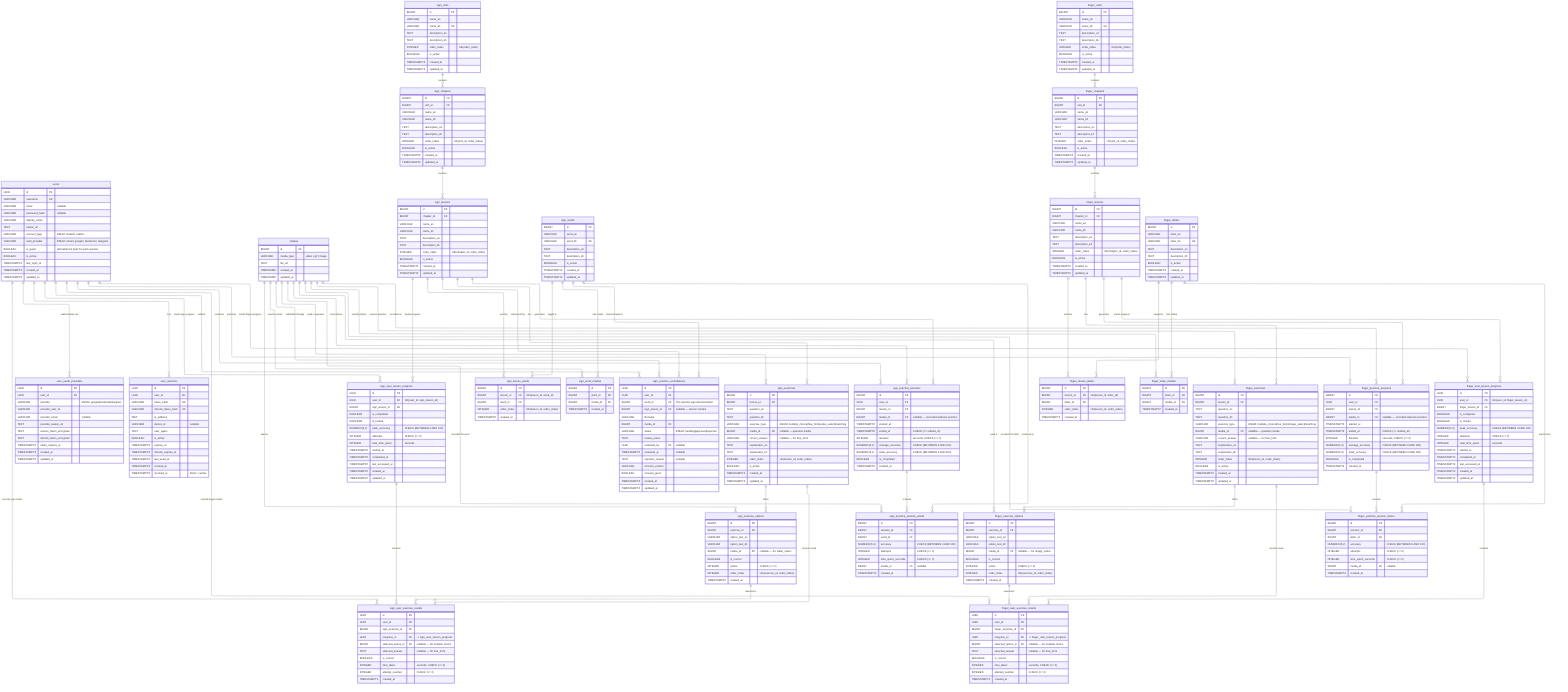
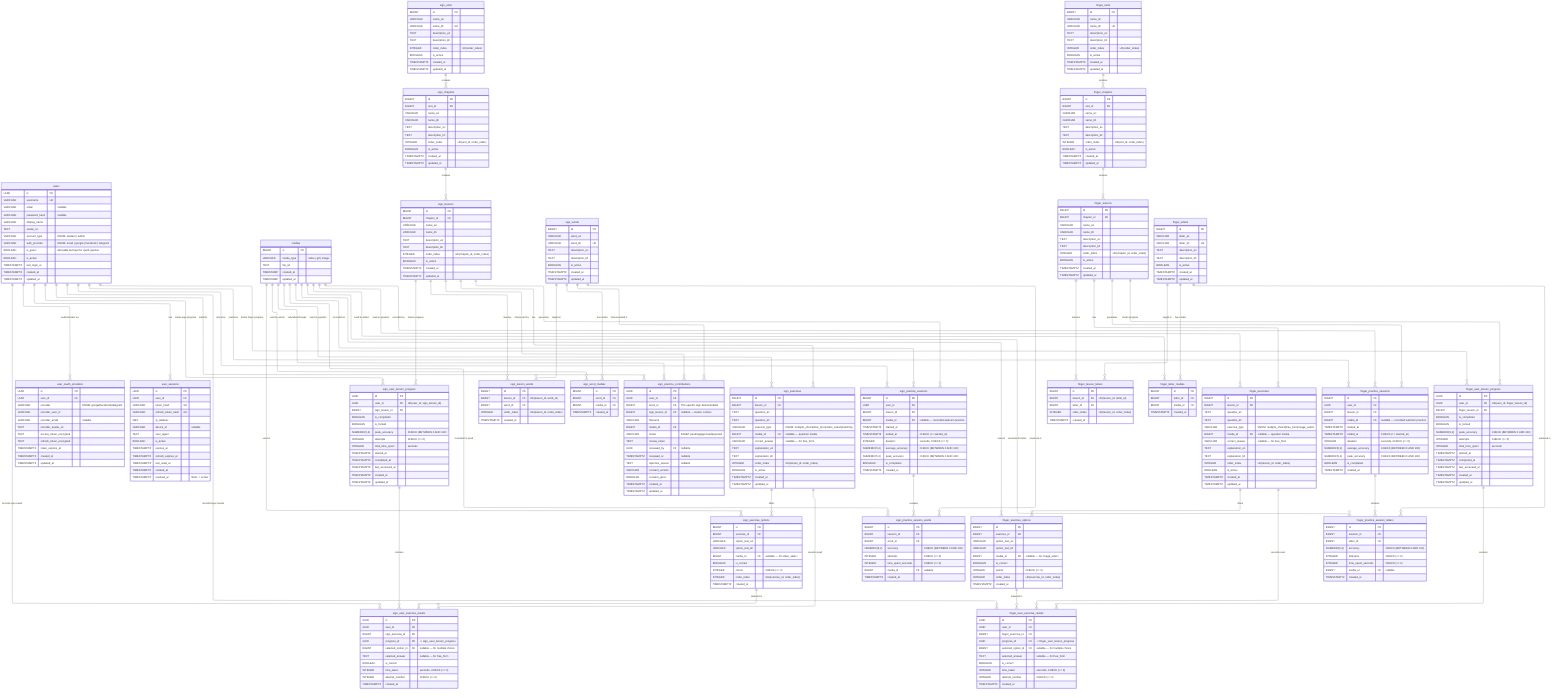
---
config:
  layout: elk
---
erDiagram
	direction TB

	users {
		UUID id PK ""
		VARCHAR username UK ""
		VARCHAR email "nullable"
		VARCHAR password_hash "nullable"
		VARCHAR display_name ""
		TEXT avatar_url ""
		VARCHAR account_type "ENUM: student | admin"
		VARCHAR auth_provider "ENUM: email | google | facebook | telegram"
		BOOLEAN is_guest "derivable but kept for quick queries"
		BOOLEAN is_active ""
		TIMESTAMPTZ last_login_at ""
		TIMESTAMPTZ created_at ""
		TIMESTAMPTZ updated_at ""
	}

	user_oauth_providers {
		UUID id PK ""
		UUID user_id FK ""
		VARCHAR provider "ENUM: google|facebook|telegram"
		VARCHAR provider_user_id ""
		VARCHAR provider_email "nullable"
		TEXT provider_avatar_url ""
		TEXT access_token_encrypted ""
		TEXT refresh_token_encrypted ""
		TIMESTAMPTZ token_expires_at ""
		TIMESTAMPTZ created_at ""
		TIMESTAMPTZ updated_at ""
		%% UK(provider, provider_user_id)
	}

	user_sessions {
		UUID id PK ""
		UUID user_id FK ""
		VARCHAR token_hash UK ""
		VARCHAR refresh_token_hash UK ""
		INET ip_address ""
		VARCHAR device_id "nullable"
		TEXT user_agent ""
		BOOLEAN is_active ""
		TIMESTAMPTZ expires_at ""
		TIMESTAMPTZ refresh_expires_at ""
		TIMESTAMPTZ last_used_at ""
		TIMESTAMPTZ created_at ""
		TIMESTAMPTZ revoked_at "NULL = active"
	}

	sign_user_lesson_progress {
		UUID id PK ""
		UUID user_id FK "UK(user_id, sign_lesson_id)"
		BIGINT sign_lesson_id FK ""
		BOOLEAN is_completed ""
		BOOLEAN is_locked ""
		NUMERIC(5,2) peak_accuracy "CHECK (BETWEEN 0 AND 100)"
		INTEGER attempts "CHECK (>= 0)"
		INTEGER total_time_spent "seconds"
		TIMESTAMPTZ started_at ""
		TIMESTAMPTZ completed_at ""
		TIMESTAMPTZ last_accessed_at ""
		TIMESTAMPTZ created_at ""
		TIMESTAMPTZ updated_at ""
	}

	sign_user_exercise_results {
		UUID id PK ""
		UUID user_id FK ""
		BIGINT sign_exercise_id FK ""
		UUID progress_id FK "-> sign_user_lesson_progress"
		BIGINT selected_option_id FK "nullable — for multiple choice"
		TEXT selected_answer "nullable — for free_form"
		BOOLEAN is_correct ""
		INTEGER time_taken "seconds, CHECK (>= 0)"
		INTEGER attempt_number "CHECK (>= 0)"
		TIMESTAMPTZ created_at ""
	}

	medias {
		BIGINT id PK ""
		VARCHAR media_type  "video | gif | image"
		TEXT file_url  ""
		TIMESTAMP created_at  ""
		TIMESTAMP updated_at  ""
	}

	sign_units {
		BIGINT id PK ""
		VARCHAR name_en ""
		VARCHAR name_kh UK ""
		TEXT description_en ""
		TEXT description_kh ""
		INTEGER order_index "UK(order_index)"
		BOOLEAN is_active ""
		TIMESTAMPTZ created_at ""
		TIMESTAMPTZ updated_at ""
	}

	sign_chapters {
		BIGINT id PK ""
		BIGINT unit_id FK ""
		VARCHAR name_en ""
		VARCHAR name_kh ""
		TEXT description_en ""
		TEXT description_kh ""
		INTEGER order_index "UK(unit_id, order_index)"
		BOOLEAN is_active ""
		TIMESTAMPTZ created_at ""
		TIMESTAMPTZ updated_at ""
	}

	sign_lessons {
		BIGINT id PK ""
		BIGINT chapter_id FK ""
		VARCHAR name_en ""
		VARCHAR name_kh ""
		TEXT description_en ""
		TEXT description_kh ""
		INTEGER order_index "UK(chapter_id, order_index)"
		BOOLEAN is_active ""
		TIMESTAMPTZ created_at ""
		TIMESTAMPTZ updated_at ""
	}

	sign_words {
		BIGINT id PK ""
		VARCHAR word_en ""
		VARCHAR word_kh UK ""
		TEXT description_en ""
		TEXT description_kh ""
		BOOLEAN is_active ""
		TIMESTAMPTZ created_at ""
		TIMESTAMPTZ updated_at ""
	}

	sign_lesson_words {
		BIGINT id PK ""
		BIGINT lesson_id FK "UK(lesson_id, word_id)"
		BIGINT word_id FK ""
		INTEGER order_index "UK(lesson_id, order_index)"
		TIMESTAMPTZ created_at ""
	}

	sign_word_medias {
		BIGINT id PK ""
		BIGINT word_id FK ""
		BIGINT media_id FK ""
		TIMESTAMPTZ created_at ""
	}

	sign_practice_contributions {
		UUID id PK ""
		UUID user_id FK ""
		BIGINT word_id FK "The specific sign demonstrated"
		BIGINT sign_lesson_id FK "nullable — lesson context"
		VARCHAR filename ""
		BIGINT media_id FK ""
		VARCHAR status "ENUM: pending|approved|rejected"
		TEXT review_notes ""
		UUID reviewed_by FK "nullable"
		TIMESTAMPTZ reviewed_at "nullable"
		TEXT rejection_reason "nullable"
		VARCHAR consent_version ""
		BOOLEAN consent_given ""
		TIMESTAMPTZ created_at ""
		TIMESTAMPTZ updated_at ""
	}

	sign_exercises {
		BIGINT id PK ""
		BIGINT lesson_id FK ""
		TEXT question_en ""
		TEXT question_kh ""
		VARCHAR exercise_type "ENUM: multiple_choice|free_form|video_select|matching"
		BIGINT media_id FK "nullable — question media"
		VARCHAR correct_answer "nullable — for free_form"
		TEXT explanation_en ""
		TEXT explanation_kh ""
		INTEGER order_index "UK(lesson_id, order_index)"
		BOOLEAN is_active ""
		TIMESTAMPTZ created_at ""
		TIMESTAMPTZ updated_at ""
	}

	sign_exercise_options {
		BIGINT id PK ""
		BIGINT exercise_id FK ""
		VARCHAR option_text_en ""
		VARCHAR option_text_kh ""
		BIGINT media_id FK "nullable — for video_select"
		BOOLEAN is_correct ""
		INTEGER points "CHECK (>= 0)"
		INTEGER order_index "UK(exercise_id, order_index)"
		TIMESTAMPTZ created_at ""
	}

	sign_practice_sessions {
		BIGINT id PK ""
		UUID user_id FK ""
		BIGINT lesson_id FK ""
		BIGINT media_id FK "nullable — recorded webcam practice"
		TIMESTAMPTZ started_at ""
		TIMESTAMPTZ ended_at "CHECK (>= started_at)"
		INTEGER duration "seconds, CHECK (>= 0)"
		NUMERIC(5,2) average_accuracy "CHECK (BETWEEN 0 AND 100)"
		NUMERIC(5,2) peak_accuracy "CHECK (BETWEEN 0 AND 100)"
		BOOLEAN is_completed ""
		TIMESTAMPTZ created_at ""
	}

	sign_practice_session_words {
		BIGINT id PK ""
		BIGINT session_id FK ""
		BIGINT word_id FK ""
		NUMERIC(5,2) accuracy "CHECK (BETWEEN 0 AND 100)"
		INTEGER attempts "CHECK (>= 0)"
		INTEGER time_spent_seconds "CHECK (>= 0)"
		BIGINT media_id FK "nullable"
		TIMESTAMPTZ created_at ""
	}

	finger_units {
		BIGINT id PK ""
		VARCHAR name_en ""
		VARCHAR name_kh UK ""
		TEXT description_en ""
		TEXT description_kh ""
		INTEGER order_index "UK(order_index)"
		BOOLEAN is_active ""
		TIMESTAMPTZ created_at ""
		TIMESTAMPTZ updated_at ""
	}

	finger_chapters {
		BIGINT id PK ""
		BIGINT unit_id FK ""
		VARCHAR name_en ""
		VARCHAR name_kh ""
		TEXT description_en ""
		TEXT description_kh ""
		INTEGER order_index "UK(unit_id, order_index)"
		BOOLEAN is_active ""
		TIMESTAMPTZ created_at ""
		TIMESTAMPTZ updated_at ""
	}

	finger_lessons {
		BIGINT id PK ""
		BIGINT chapter_id FK ""
		VARCHAR name_en ""
		VARCHAR name_kh ""
		TEXT description_en ""
		TEXT description_kh ""
		INTEGER order_index "UK(chapter_id, order_index)"
		BOOLEAN is_active ""
		TIMESTAMPTZ created_at ""
		TIMESTAMPTZ updated_at ""
	}

	finger_letters {
		BIGINT id PK ""
		VARCHAR letter_en ""
		VARCHAR letter_kh UK ""
		TEXT description_en ""
		TEXT description_kh ""
		BOOLEAN is_active ""
		TIMESTAMPTZ created_at ""
		TIMESTAMPTZ updated_at ""
	}

	finger_lesson_letters {
		BIGINT id PK ""
		BIGINT lesson_id FK "UK(lesson_id, letter_id)"
		BIGINT letter_id FK ""
		INTEGER order_index "UK(lesson_id, order_index)"
		TIMESTAMPTZ created_at ""
	}

	finger_letter_medias {
		BIGINT id PK ""
		BIGINT letter_id FK ""
		BIGINT media_id FK ""
		TIMESTAMPTZ created_at ""
	}

	finger_exercises {
		BIGINT id PK ""
		BIGINT lesson_id FK ""
		TEXT question_en ""
		TEXT question_kh ""
- 		VARCHAR exercise_type "ENUM: multiple_choice|free_form|image_select|matching"
+ 		VARCHAR exercise_type "ENUM: multiple_choice|free_form|image_select"
		BIGINT media_id FK "nullable — question media"
		VARCHAR correct_answer "nullable — for free_form"
		TEXT explanation_en ""
		TEXT explanation_kh ""
		INTEGER order_index "UK(lesson_id, order_index)"
		BOOLEAN is_active ""
		TIMESTAMPTZ created_at ""
		TIMESTAMPTZ updated_at ""
	}

	finger_exercise_options {
		BIGINT id PK ""
		BIGINT exercise_id FK ""
		VARCHAR option_text_en ""
		VARCHAR option_text_kh ""
		BIGINT media_id FK "nullable — for image_select"
		BOOLEAN is_correct ""
		INTEGER points "CHECK (>= 0)"
		INTEGER order_index "UK(exercise_id, order_index)"
		TIMESTAMPTZ created_at ""
	}

	finger_practice_sessions {
		BIGINT id PK ""
		UUID user_id FK ""
		BIGINT lesson_id FK ""
		BIGINT media_id FK "nullable — recorded webcam practice"
		TIMESTAMPTZ started_at ""
		TIMESTAMPTZ ended_at "CHECK (>= started_at)"
		INTEGER duration "seconds, CHECK (>= 0)"
		NUMERIC(5,2) average_accuracy "CHECK (BETWEEN 0 AND 100)"
		NUMERIC(5,2) peak_accuracy "CHECK (BETWEEN 0 AND 100)"
		BOOLEAN is_completed ""
		TIMESTAMPTZ created_at ""
	}

	finger_practice_session_letters {
		BIGINT id PK ""
		BIGINT session_id FK ""
		BIGINT letter_id FK ""
		NUMERIC(5,2) accuracy "CHECK (BETWEEN 0 AND 100)"
		INTEGER attempts "CHECK (>= 0)"
		INTEGER time_spent_seconds "CHECK (>= 0)"
		BIGINT media_id FK "nullable"
		TIMESTAMPTZ created_at ""
	}

	finger_user_lesson_progress {
		UUID id PK ""
		UUID user_id FK "UK(user_id, finger_lesson_id)"
		BIGINT finger_lesson_id FK ""
		BOOLEAN is_completed ""
		BOOLEAN is_locked ""
		NUMERIC(5,2) peak_accuracy "CHECK (BETWEEN 0 AND 100)"
		INTEGER attempts "CHECK (>= 0)"
		INTEGER total_time_spent "seconds"
		TIMESTAMPTZ started_at ""
		TIMESTAMPTZ completed_at ""
		TIMESTAMPTZ last_accessed_at ""
		TIMESTAMPTZ created_at ""
		TIMESTAMPTZ updated_at ""
	}

	finger_user_exercise_results {
		UUID id PK ""
		UUID user_id FK ""
		BIGINT finger_exercise_id FK ""
		UUID progress_id FK "-> finger_user_lesson_progress"
		BIGINT selected_option_id FK "nullable — for multiple choice"
		TEXT selected_answer "nullable — for free_form"
		BOOLEAN is_correct ""
		INTEGER time_taken "seconds, CHECK (>= 0)"
		INTEGER attempt_number "CHECK (>= 0)"
		TIMESTAMPTZ created_at ""
	}


	users ||--o{ user_oauth_providers : "authenticates via"
	users ||--o{ user_sessions : "has"
	users ||--o{ sign_user_lesson_progress : "tracks sign progress"
	users ||--o{ finger_user_lesson_progress : "tracks finger progress"
	users ||--o{ sign_user_exercise_results : "records sign results"
	users ||--o{ finger_user_exercise_results : "records finger results"
	users ||--o{ sign_practice_contributions : "submits"
	users ||--o{ sign_practice_sessions : "practices"
	users ||--o{ finger_practice_sessions : "practices"


	sign_user_lesson_progress ||--o{ sign_user_exercise_results : "contains"
	finger_user_lesson_progress ||--o{ finger_user_exercise_results : "contains"

	sign_lessons ||--o{ sign_user_lesson_progress : "tracks progress"
	finger_lessons ||--o{ finger_user_lesson_progress : "tracks progress"

	sign_exercises ||--o{ sign_user_exercise_results : "records result"
	sign_exercise_options ||--o{ sign_user_exercise_results : "selected in"

	finger_exercises ||--o{ finger_user_exercise_results : "records result"
	finger_exercise_options ||--o{ finger_user_exercise_results : "selected in"

	sign_units ||--o{ sign_chapters : "contains"
	sign_chapters ||--o{ sign_lessons : "contains"
	sign_lessons ||--o{ sign_lesson_words : "teaches"
	sign_words ||--o{ sign_lesson_words : "taught in"

	sign_lessons ||--o{ sign_exercises : "has"
	sign_exercises ||--o{ sign_exercise_options : "offers"

	medias ||--o{ sign_exercise_options : "used in"
	medias ||--o{ sign_exercises : "used in question"

	sign_lessons ||--o{ sign_practice_sessions : "generates"
	sign_practice_sessions ||--o{ sign_practice_session_words : "contains"
	sign_words ||--o{ sign_practice_session_words : "practiced in"
	medias ||--o{ sign_practice_session_words : "recorded for word"

	finger_units ||--o{ finger_chapters : "contains"
	finger_chapters ||--o{ finger_lessons : "contains"
	finger_lessons ||--o{ finger_lesson_letters : "teaches"
	finger_letters ||--o{ finger_lesson_letters : "taught in"

	finger_lessons ||--o{ finger_exercises : "has"
	finger_exercises ||--o{ finger_exercise_options : "offers"

	medias ||--o{ finger_exercise_options : "used in"
	medias ||--o{ finger_exercises : "used in question"

	sign_words ||--o{ sign_word_medias : "has media"
	medias ||--o{ sign_word_medias : "used by words"

	finger_letters ||--o{ finger_letter_medias : "has media"
	medias ||--o{ finger_letter_medias : "used by letters"

	medias ||--o{ sign_practice_contributions : "submitted through"
	sign_words ||--o{ sign_practice_contributions : "demonstrated in"
	sign_lessons ||--o{ sign_practice_contributions : "referenced by"

	medias ||--o{ sign_practice_sessions : "recorded as"
	medias ||--o{ finger_practice_sessions : "recorded as"

	finger_lessons ||--o{ finger_practice_sessions : "generates"
	finger_practice_sessions ||--o{ finger_practice_session_letters : "contains"
	finger_letters ||--o{ finger_practice_session_letters : "practiced in"
	medias ||--o{ finger_practice_session_letters : "recorded for letter"
